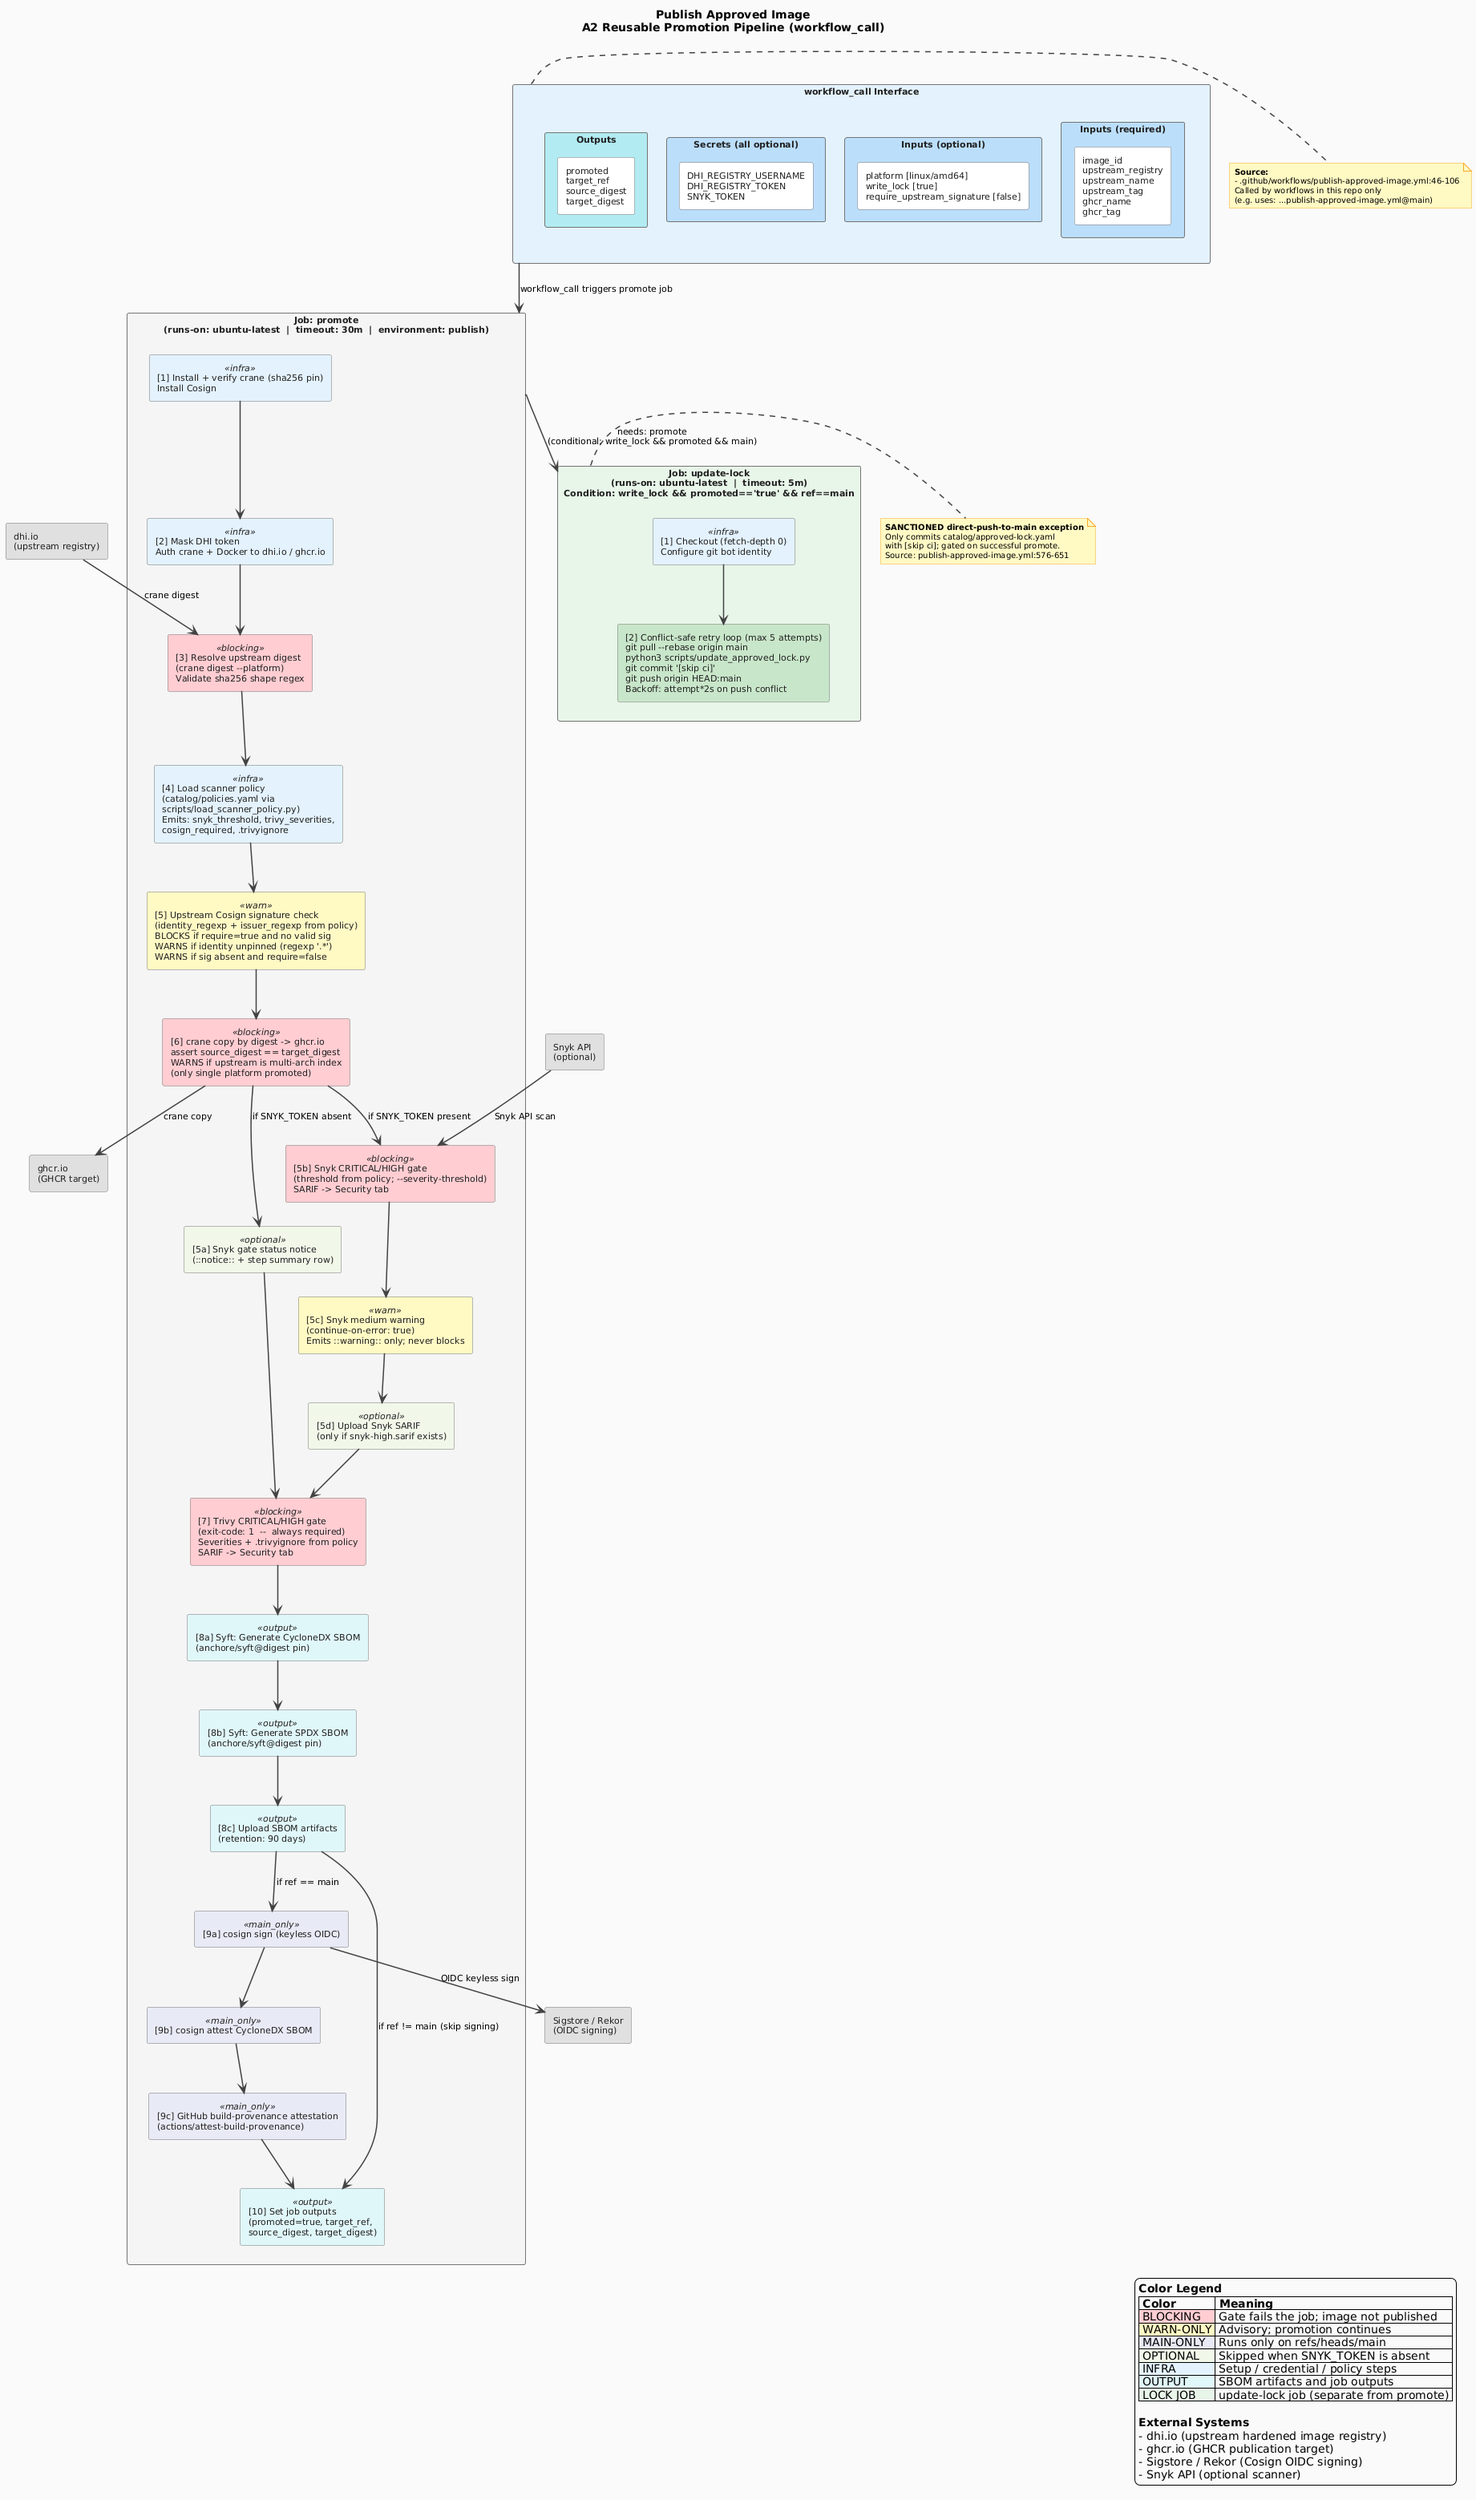
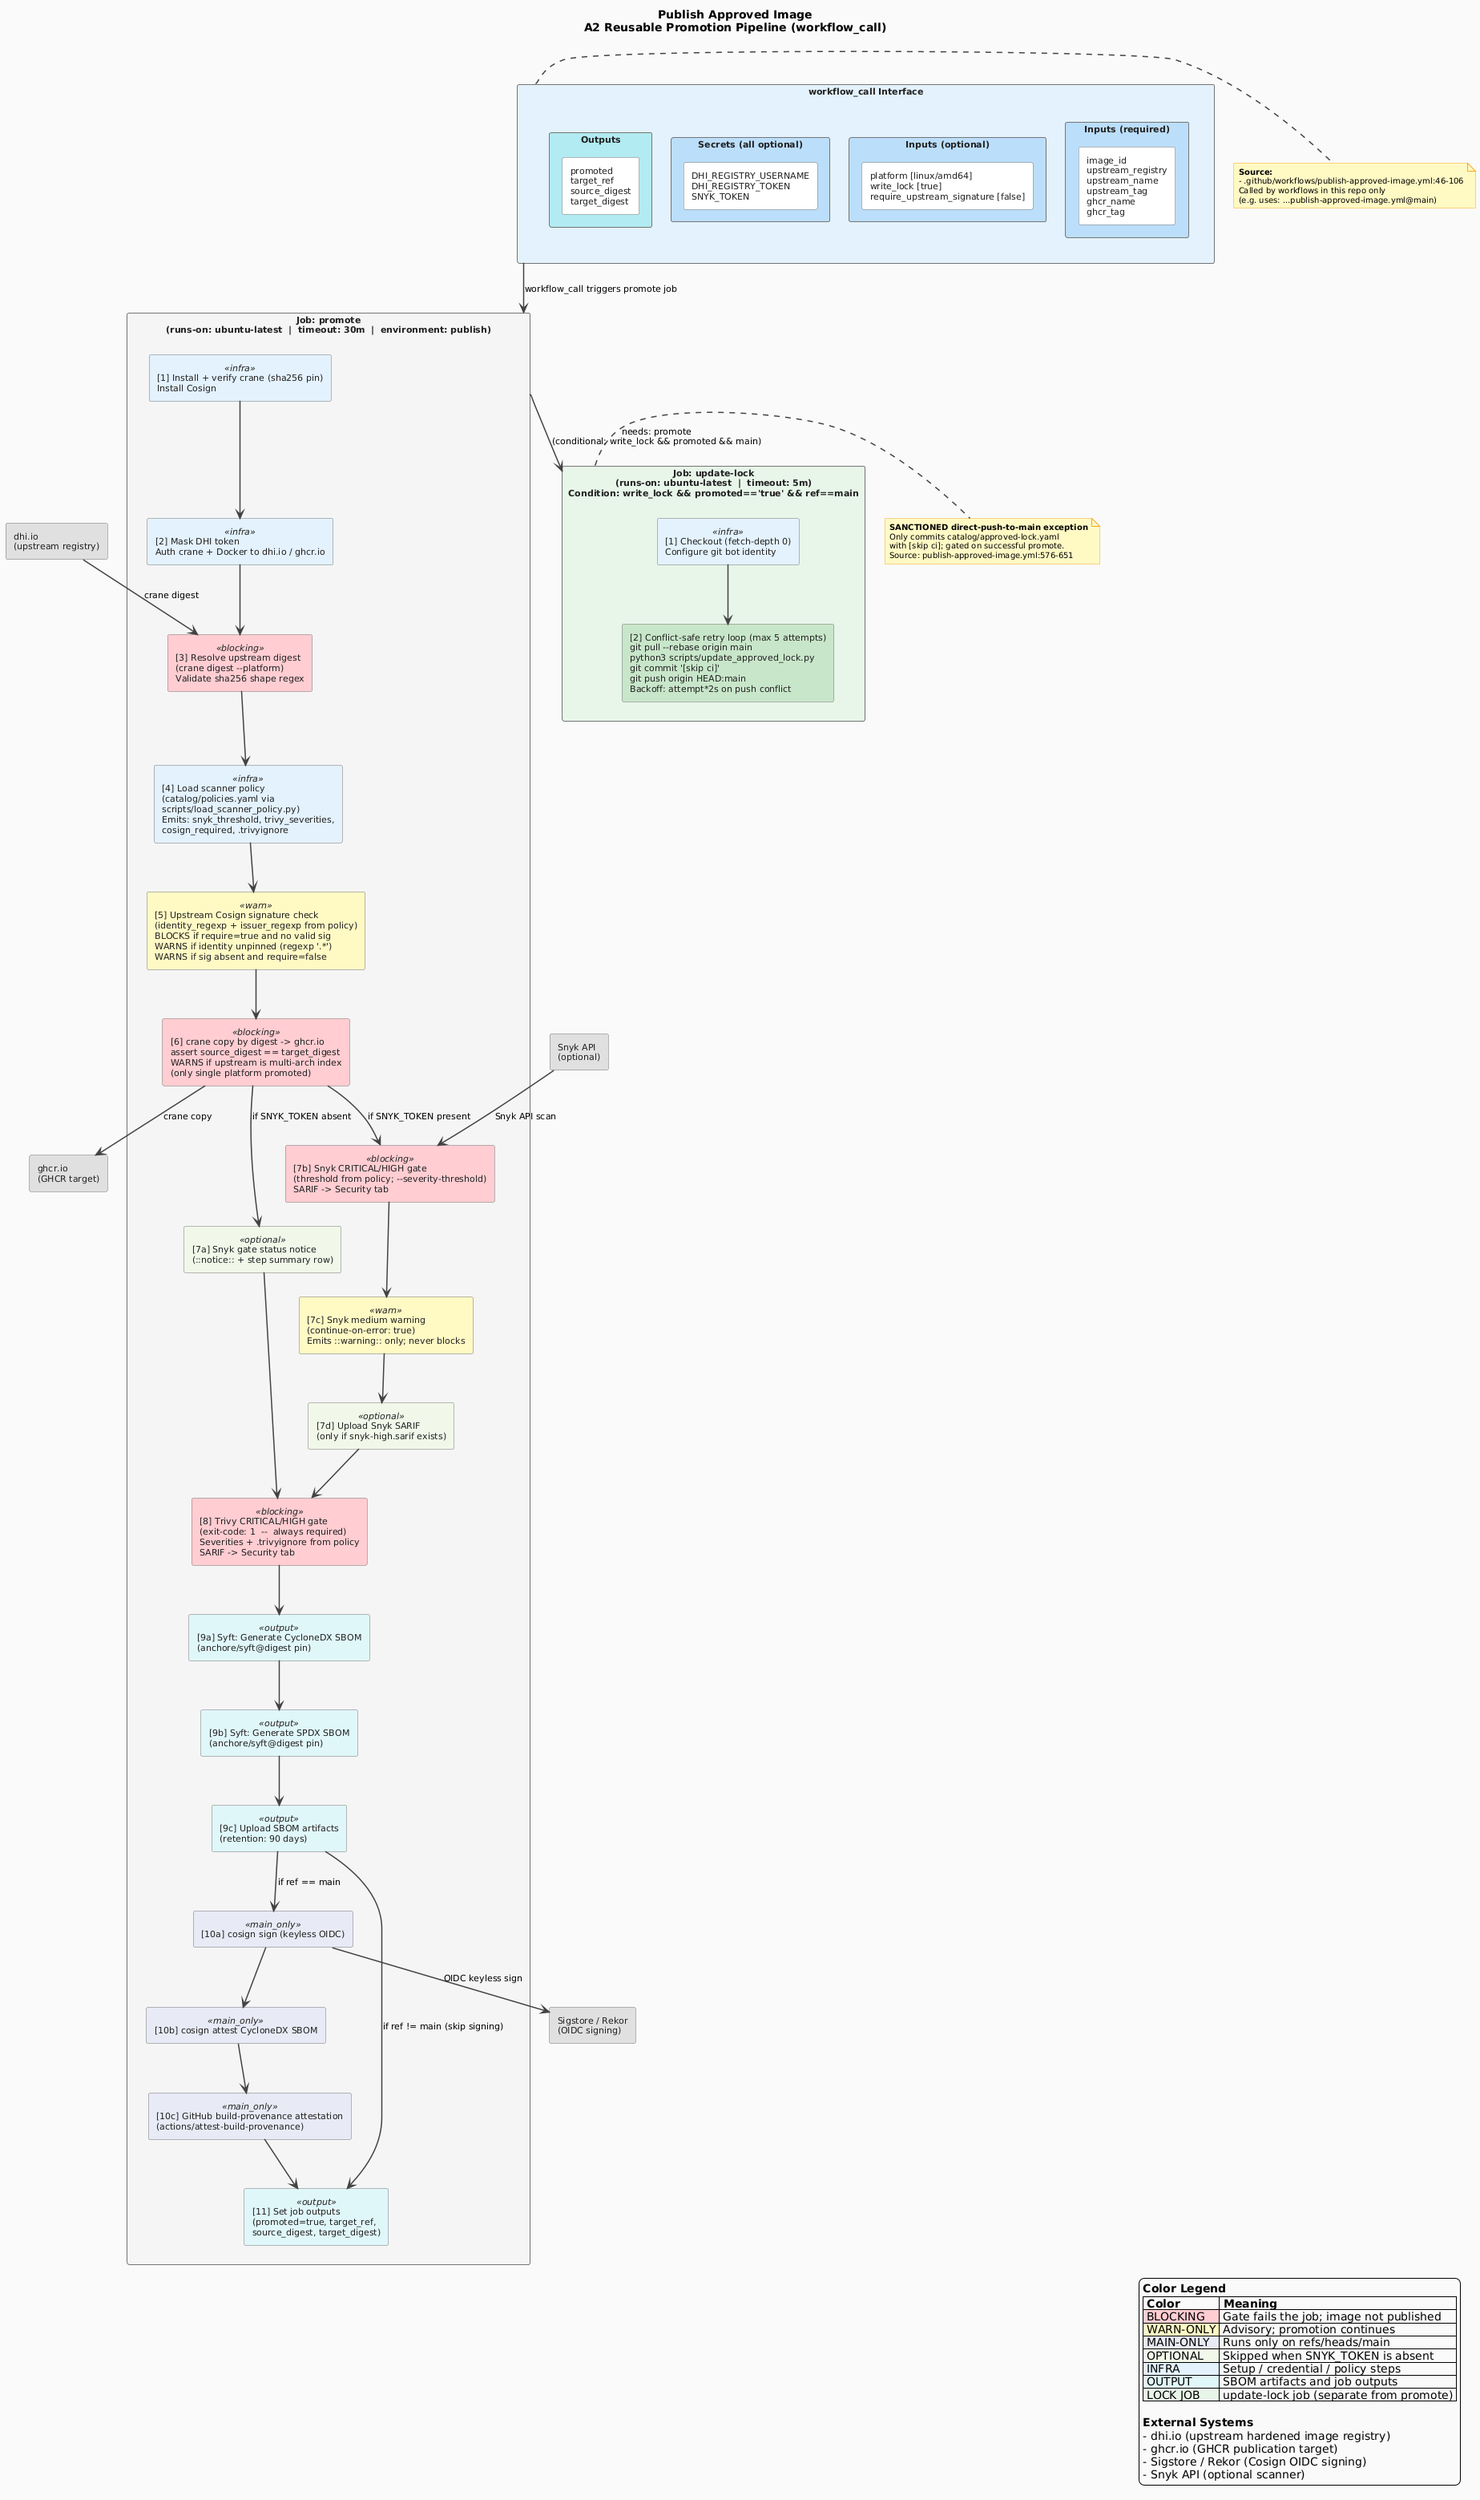
@startuml publish-approved-image
' =============================================================================
' Publish Approved Image (A2 Reusable Workflow)
' Source: .github/workflows/publish-approved-image.yml
' =============================================================================

title Publish Approved Image\nA2 Reusable Promotion Pipeline (workflow_call)

' ---- skinparam ---------------------------------------------------------------
skinparam defaultFontName "DejaVu Sans"
skinparam defaultFontSize 11
skinparam backgroundColor #FAFAFA
skinparam shadowing false
skinparam ArrowColor #424242
skinparam ArrowThickness 1.5

skinparam rectangle {
  BorderColor #757575
  FontColor #212121
}

skinparam note {
  BackgroundColor #FFF9C4
  BorderColor #F9A825
  FontSize 10
}

skinparam activity {
  BackgroundColor #EEEEEE
  BorderColor #757575
  FontColor #212121
  ArrowColor #424242
}

' ---- color key ---------------------------------------------------------------
' <<blocking>>  : #FFCDD2  red   -- gate fails the job
' <<warn>>      : #FFF9C4  yellow -- advisory, promotion continues
' <<main_only>> : #E8EAF6  lavender -- runs only on refs/heads/main
' <<optional>>  : #F1F8E9  light green -- skipped when token absent
' <<infra>>     : #E3F2FD  blue  -- infrastructure / setup steps
' <<output>>    : #E0F7FA  cyan  -- outputs / artifacts

skinparam activity {
  BackgroundColor<<blocking>> #FFCDD2
  BorderColor<<blocking>> #C62828
  FontColor<<blocking>> #212121
  BackgroundColor<<warn>> #FFF9C4
  BorderColor<<warn>> #F9A825
  BackgroundColor<<main_only>> #E8EAF6
  BorderColor<<main_only>> #3949AB
  BackgroundColor<<optional>> #F1F8E9
  BorderColor<<optional>> #558B2F
  BackgroundColor<<infra>> #E3F2FD
  BorderColor<<infra>> #1565C0
  BackgroundColor<<output>> #E0F7FA
  BorderColor<<output>> #00838F
}

' =============================================================================
' INTERFACE DECLARATION (top-level box)
' =============================================================================

rectangle "workflow_call Interface" as iface #E3F2FD {

  rectangle "Inputs (required)" as inputs_req #BBDEFB {
    rectangle "image_id\nupstream_registry\nupstream_name\nupstream_tag\nghcr_name\nghcr_tag" as req_in #FFFFFF
  }
  rectangle "Inputs (optional)" as inputs_opt #BBDEFB {
    rectangle "platform [linux/amd64]\nwrite_lock [true]\nrequire_upstream_signature [false]" as opt_in #FFFFFF
  }
  rectangle "Secrets (all optional)" as secs #BBDEFB {
    rectangle "DHI_REGISTRY_USERNAME\nDHI_REGISTRY_TOKEN\nSNYK_TOKEN" as sec_in #FFFFFF
  }
  rectangle "Outputs" as outs #B2EBF2 {
    rectangle "promoted\ntarget_ref\nsource_digest\ntarget_digest" as out_vals #FFFFFF
  }
}

note right of iface
  **Source:**
  - .github/workflows/publish-approved-image.yml:46-106
  Called by workflows in this repo only
  (e.g. uses: ...publish-approved-image.yml@main)
end note

' =============================================================================
' JOB: promote (environment: publish)
' =============================================================================

rectangle "Job: promote\n(runs-on: ubuntu-latest  |  timeout: 30m  |  environment: publish)" as job_promote #F5F5F5 {

  ' ---- infrastructure --------------------------------------------------------
  rectangle "[1] Install + verify crane (sha256 pin)\nInstall Cosign" as step_install <<infra>> #E3F2FD
  rectangle "[2] Mask DHI token\nAuth crane + Docker to dhi.io / ghcr.io" as step_auth <<infra>> #E3F2FD

  ' ---- gate 1: resolve digest ------------------------------------------------
  rectangle "[3] Resolve upstream digest\n(crane digest --platform)\nValidate sha256 shape regex" as step_resolve <<blocking>> #FFCDD2

  ' ---- gate 2: load policy ---------------------------------------------------
  rectangle "[4] Load scanner policy\n(catalog/policies.yaml via\nscripts/load_scanner_policy.py)\nEmits: snyk_threshold, trivy_severities,\ncosign_required, .trivyignore" as step_policy <<infra>> #E3F2FD

  ' ---- gate 3: upstream cosign check ----------------------------------------
  rectangle "[5] Upstream Cosign signature check\n(identity_regexp + issuer_regexp from policy)\nBLOCKS if require=true and no valid sig\nWARNS if identity unpinned (regexp '.*')\nWARNS if sig absent and require=false" as step_cosign <<warn>> #FFF9C4

  ' ---- gate 4: crane copy + digest assertion ---------------------------------
  rectangle "[6] crane copy by digest -> ghcr.io\nassert source_digest == target_digest\nWARNS if upstream is multi-arch index\n(only single platform promoted)" as step_copy <<blocking>> #FFCDD2

  ' ---- gate 5: snyk ----------------------------------------------------------
-   rectangle "[5a] Snyk gate status notice\n(::notice:: + step summary row)" as step_snyk_skip <<optional>> #F1F8E9
-   rectangle "[5b] Snyk CRITICAL/HIGH gate\n(threshold from policy; --severity-threshold)\nSARIF -> Security tab" as step_snyk_block <<blocking>> #FFCDD2
-   rectangle "[5c] Snyk medium warning\n(continue-on-error: true)\nEmits ::warning:: only; never blocks" as step_snyk_warn <<warn>> #FFF9C4
-   rectangle "[5d] Upload Snyk SARIF\n(only if snyk-high.sarif exists)" as step_snyk_sarif <<optional>> #F1F8E9
+   rectangle "[7a] Snyk gate status notice\n(::notice:: + step summary row)" as step_snyk_skip <<optional>> #F1F8E9
+   rectangle "[7b] Snyk CRITICAL/HIGH gate\n(threshold from policy; --severity-threshold)\nSARIF -> Security tab" as step_snyk_block <<blocking>> #FFCDD2
+   rectangle "[7c] Snyk medium warning\n(continue-on-error: true)\nEmits ::warning:: only; never blocks" as step_snyk_warn <<warn>> #FFF9C4
+   rectangle "[7d] Upload Snyk SARIF\n(only if snyk-high.sarif exists)" as step_snyk_sarif <<optional>> #F1F8E9

  ' ---- gate 6: trivy ---------------------------------------------------------
-   rectangle "[7] Trivy CRITICAL/HIGH gate\n(exit-code: 1  --  always required)\nSeverities + .trivyignore from policy\nSARIF -> Security tab" as step_trivy <<blocking>> #FFCDD2
+   rectangle "[8] Trivy CRITICAL/HIGH gate\n(exit-code: 1  --  always required)\nSeverities + .trivyignore from policy\nSARIF -> Security tab" as step_trivy <<blocking>> #FFCDD2

  ' ---- SBOM ------------------------------------------------------------------
-   rectangle "[8a] Syft: Generate CycloneDX SBOM\n(anchore/syft@digest pin)" as step_cdx <<output>> #E0F7FA
-   rectangle "[8b] Syft: Generate SPDX SBOM\n(anchore/syft@digest pin)" as step_spdx <<output>> #E0F7FA
-   rectangle "[8c] Upload SBOM artifacts\n(retention: 90 days)" as step_sbom_up <<output>> #E0F7FA
+   rectangle "[9a] Syft: Generate CycloneDX SBOM\n(anchore/syft@digest pin)" as step_cdx <<output>> #E0F7FA
+   rectangle "[9b] Syft: Generate SPDX SBOM\n(anchore/syft@digest pin)" as step_spdx <<output>> #E0F7FA
+   rectangle "[9c] Upload SBOM artifacts\n(retention: 90 days)" as step_sbom_up <<output>> #E0F7FA

  ' ---- signing (main only) ---------------------------------------------------
-   rectangle "[9a] cosign sign (keyless OIDC)" as step_sign <<main_only>> #E8EAF6
-   rectangle "[9b] cosign attest CycloneDX SBOM" as step_attest <<main_only>> #E8EAF6
-   rectangle "[9c] GitHub build-provenance attestation\n(actions/attest-build-provenance)" as step_prov <<main_only>> #E8EAF6
+   rectangle "[10a] cosign sign (keyless OIDC)" as step_sign <<main_only>> #E8EAF6
+   rectangle "[10b] cosign attest CycloneDX SBOM" as step_attest <<main_only>> #E8EAF6
+   rectangle "[10c] GitHub build-provenance attestation\n(actions/attest-build-provenance)" as step_prov <<main_only>> #E8EAF6

  ' ---- outputs ---------------------------------------------------------------
-   rectangle "[10] Set job outputs\n(promoted=true, target_ref,\nsource_digest, target_digest)" as step_outputs <<output>> #E0F7FA
+   rectangle "[11] Set job outputs\n(promoted=true, target_ref,\nsource_digest, target_digest)" as step_outputs <<output>> #E0F7FA
}

' =============================================================================
' JOB: update-lock (needs: promote)
' =============================================================================

rectangle "Job: update-lock\n(runs-on: ubuntu-latest  |  timeout: 5m)\nCondition: write_lock && promoted=='true' && ref==main" as job_lock #E8F5E9 {
  rectangle "[1] Checkout (fetch-depth 0)\nConfigure git bot identity" as lock_checkout <<infra>> #E3F2FD
  rectangle "[2] Conflict-safe retry loop (max 5 attempts)\ngit pull --rebase origin main\npython3 scripts/update_approved_lock.py\ngit commit '[skip ci]'\ngit push origin HEAD:main\nBackoff: attempt*2s on push conflict" as lock_update #C8E6C9
}

note right of job_lock
  **SANCTIONED direct-push-to-main exception**
  Only commits catalog/approved-lock.yaml
  with [skip ci]; gated on successful promote.
  Source: publish-approved-image.yml:576-651
end note

' =============================================================================
' LEGEND
' =============================================================================

legend right
  **Color Legend**
  |= Color |= Meaning |
  |<#FFCDD2> BLOCKING | Gate fails the job; image not published |
  |<#FFF9C4> WARN-ONLY | Advisory; promotion continues |
  |<#E8EAF6> MAIN-ONLY | Runs only on refs/heads/main |
  |<#F1F8E9> OPTIONAL | Skipped when SNYK_TOKEN is absent |
  |<#E3F2FD> INFRA | Setup / credential / policy steps |
  |<#E0F7FA> OUTPUT | SBOM artifacts and job outputs |
  |<#E8F5E9> LOCK JOB | update-lock job (separate from promote) |

  **External Systems**
  - dhi.io (upstream hardened image registry)
  - ghcr.io (GHCR publication target)
  - Sigstore / Rekor (Cosign OIDC signing)
  - Snyk API (optional scanner)
endlegend

' =============================================================================
' EXTERNAL SYSTEMS
' =============================================================================

rectangle "dhi.io\n(upstream registry)" as ext_dhi #E0E0E0
rectangle "ghcr.io\n(GHCR target)" as ext_ghcr #E0E0E0
rectangle "Sigstore / Rekor\n(OIDC signing)" as ext_sig #E0E0E0
rectangle "Snyk API\n(optional)" as ext_snyk #E0E0E0

' =============================================================================
' FLOW (top-level arrows)
' =============================================================================

iface --> job_promote : "workflow_call triggers promote job"
job_promote --> job_lock : "needs: promote\n(conditional: write_lock && promoted && main)"

step_install --> step_auth
step_auth --> step_resolve
step_resolve --> step_policy
step_policy --> step_cosign
step_cosign --> step_copy
step_copy --> step_snyk_skip : "if SNYK_TOKEN absent"
step_copy --> step_snyk_block : "if SNYK_TOKEN present"
step_snyk_skip --> step_trivy
step_snyk_block --> step_snyk_warn
step_snyk_warn --> step_snyk_sarif
step_snyk_sarif --> step_trivy
step_trivy --> step_cdx
step_cdx --> step_spdx
step_spdx --> step_sbom_up
step_sbom_up --> step_sign : "if ref == main"
step_sbom_up --> step_outputs : "if ref != main (skip signing)"
step_sign --> step_attest
step_attest --> step_prov
step_prov --> step_outputs

lock_checkout --> lock_update

ext_dhi --> step_resolve : "crane digest"
step_copy --> ext_ghcr : "crane copy"
step_sign --> ext_sig : "OIDC keyless sign"
ext_snyk --> step_snyk_block : "Snyk API scan"

@enduml
